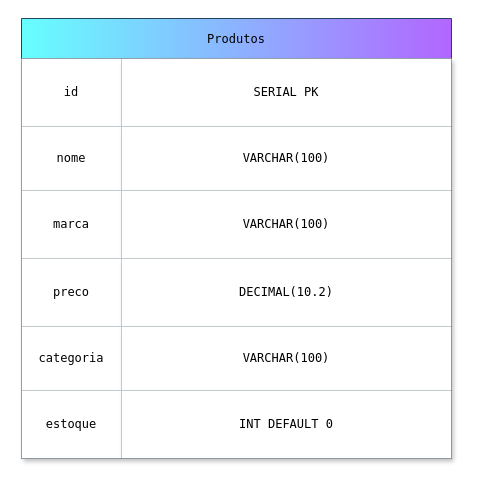
Above: diagramas/produtos.drawio in Jvsilvagomes/progresso_banco_de_dados (draw.io), before the change. Source tidied: cells renumbered, new cells numbered last; positions are measured from the earlier drawing's top-left corner, leaving out a move shared by most shapes. Both pictures are drawn from the tidied source at 100%, with x=0, y=0 at pixel (21, 18).
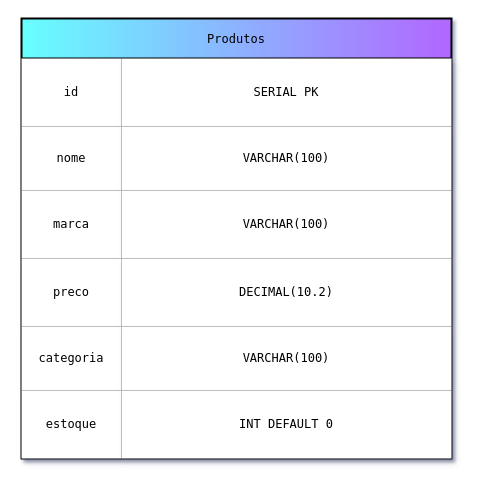
The same page after the edit.

Commit message:
mudando a aparencia do der da tabela produtos

Change to the diagram source:
```diff
@@
-<mxGraphModel background="#FFFFFF">
+<mxGraphModel background="#FFFFFF" shadow="1">
@@
-    <mxCell id="2" value="Produtos" style="shape=table;startSize=40;childLayout=tableLayout;shadow=0;rounded=0;swimlaneLine=1;swimlaneFillColor=none;fillColor=#66FFFF;strokeColor=#23445d;labelBorderColor=none;labelBackgroundColor=none;horizontal=1;fontStyle=0;fontFamily=Lucida Console;gradientColor=#B266FF;gradientDirection=east;" parent="1" vertex="1">
+    <mxCell id="2" value="Produtos" style="shape=table;startSize=40;childLayout=tableLayout;shadow=0;rounded=0;swimlaneLine=1;swimlaneFillColor=none;fillColor=#66FFFF;strokeColor=#000000;labelBorderColor=none;labelBackgroundColor=none;horizontal=1;fontStyle=0;fontFamily=Lucida Console;gradientColor=#B266FF;gradientDirection=east;strokeWidth=2;perimeterSpacing=1;" parent="1" vertex="1">
       <mxGeometry width="430" height="440" as="geometry" />
     </mxCell>
```
